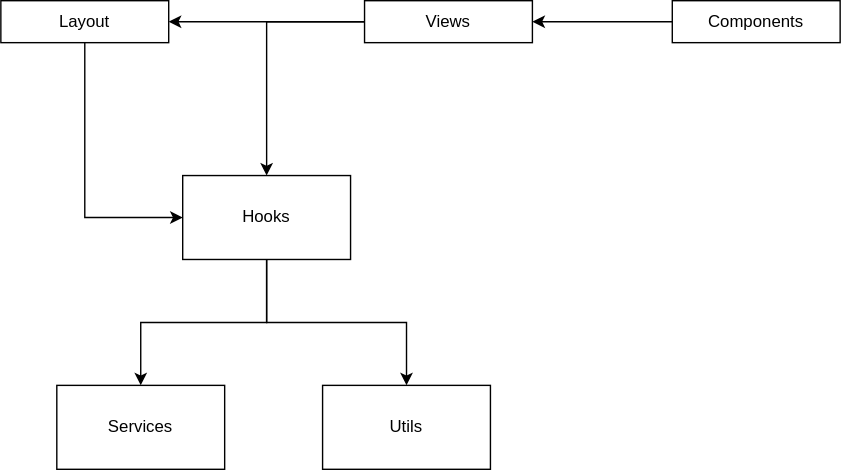
This is Structure.svg from LauriKajakko/reaktor-challenge-2021, a draw.io export, as it was before one commit. Source tidied: cells renumbered, new cells last; positions are measured from the earlier drawing's top-left corner, leaving out a move shared by most shapes.
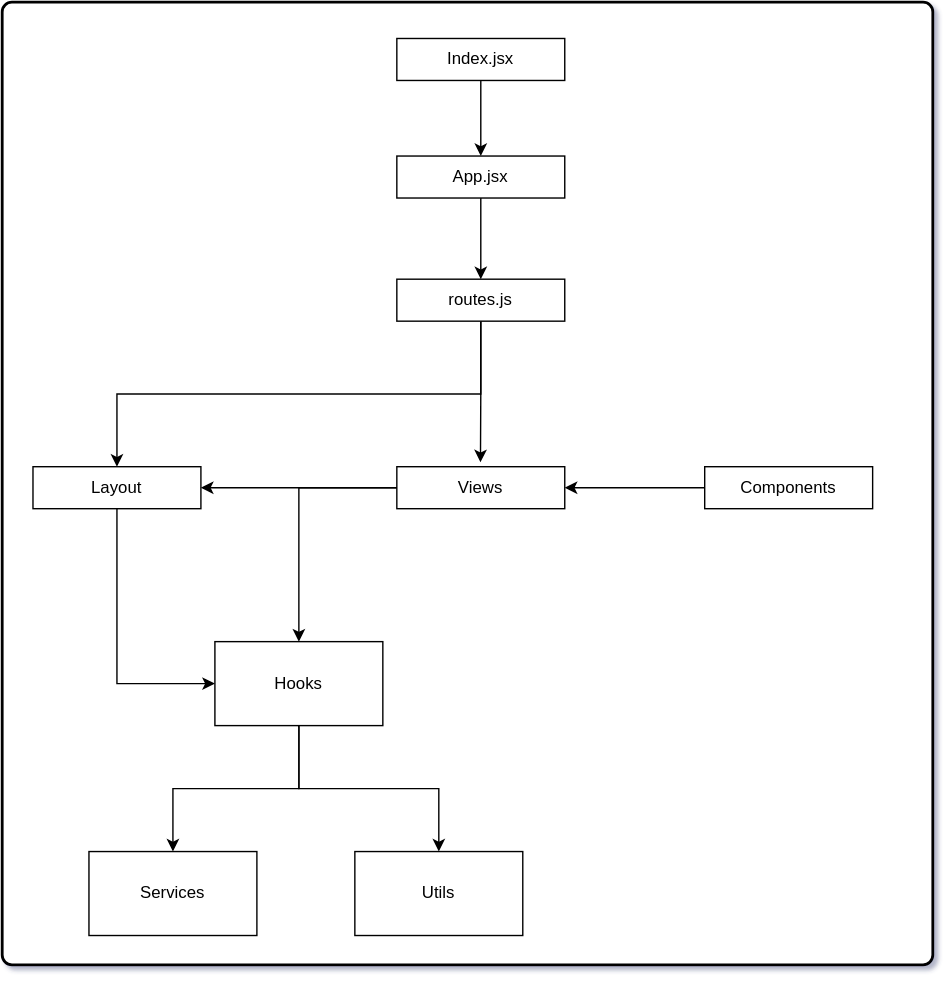
The same diagram one commit later.

What changed in the source:
```diff
@@ -1,7 +1,10 @@
-<mxGraphModel background="#FFFFFF">
+<mxGraphModel shadow="1">
   <root>
     <mxCell id="0" />
     <mxCell id="1" parent="0" />
+    <mxCell id="20" style="rounded=1;whiteSpace=wrap;html=1;absoluteArcSize=1;arcSize=14;strokeWidth=2;" parent="1" vertex="1">
+      <mxGeometry x="-22" y="-332" width="665" height="688" as="geometry" />
+    </mxCell>
     <mxCell id="2" style="edgeStyle=orthogonalEdgeStyle;rounded=0;jettySize=auto;html=1;exitX=0.5;exitY=1;exitDx=0;exitDy=0;entryX=0.5;entryY=0;entryDx=0;entryDy=0;" parent="1" edge="1" source="4" target="8">
       <mxGeometry relative="1" as="geometry" />
     </mxCell>
@@ -56,5 +59,37 @@
     <mxCell id="19" value="Layout" style="text;html=1;strokeColor=none;fillColor=none;align=center;verticalAlign=middle;whiteSpace=wrap;rounded=0;" parent="1" vertex="1">
       <mxGeometry x="40" y="5" width="40" height="20" as="geometry" />
     </mxCell>
+    <mxCell id="21" style="edgeStyle=orthogonalEdgeStyle;rounded=0;jettySize=auto;html=1;exitX=0.5;exitY=1;exitDx=0;exitDy=0;" parent="1" edge="1" source="23">
+      <mxGeometry relative="1" as="geometry">
+        <mxPoint x="319.8" y="-3.2" as="targetPoint" />
+      </mxGeometry>
+    </mxCell>
+    <mxCell id="22" style="edgeStyle=orthogonalEdgeStyle;rounded=0;jettySize=auto;html=1;exitX=0.5;exitY=1;exitDx=0;exitDy=0;entryX=0.5;entryY=0;entryDx=0;entryDy=0;" parent="1" edge="1" source="23" target="17">
+      <mxGeometry relative="1" as="geometry" />
+    </mxCell>
+    <mxCell id="23" style="rounded=0;whiteSpace=wrap;html=1;" parent="1" vertex="1">
+      <mxGeometry x="260" y="-134" width="120" height="30" as="geometry" />
+    </mxCell>
+    <mxCell id="24" value="&lt;div&gt;routes.js&lt;/div&gt;" style="text;html=1;strokeColor=none;fillColor=none;align=center;verticalAlign=middle;whiteSpace=wrap;rounded=0;" parent="1" vertex="1">
+      <mxGeometry x="300" y="-129" width="40" height="20" as="geometry" />
+    </mxCell>
+    <mxCell id="25" style="edgeStyle=orthogonalEdgeStyle;rounded=0;jettySize=auto;html=1;exitX=0.5;exitY=1;exitDx=0;exitDy=0;entryX=0.5;entryY=0;entryDx=0;entryDy=0;" parent="1" edge="1" source="26" target="23">
+      <mxGeometry relative="1" as="geometry" />
+    </mxCell>
+    <mxCell id="26" style="rounded=0;whiteSpace=wrap;html=1;" parent="1" vertex="1">
+      <mxGeometry x="260" y="-222" width="120" height="30" as="geometry" />
+    </mxCell>
+    <mxCell id="27" value="&lt;div&gt;App.jsx&lt;/div&gt;" style="text;html=1;strokeColor=none;fillColor=none;align=center;verticalAlign=middle;whiteSpace=wrap;rounded=0;" parent="1" vertex="1">
+      <mxGeometry x="293" y="-217" width="54" height="20" as="geometry" />
+    </mxCell>
+    <mxCell id="28" style="edgeStyle=orthogonalEdgeStyle;rounded=0;jettySize=auto;html=1;exitX=0.5;exitY=1;exitDx=0;exitDy=0;entryX=0.5;entryY=0;entryDx=0;entryDy=0;" parent="1" edge="1" source="29" target="26">
+      <mxGeometry relative="1" as="geometry" />
+    </mxCell>
+    <mxCell id="29" style="rounded=0;whiteSpace=wrap;html=1;" parent="1" vertex="1">
+      <mxGeometry x="260" y="-306" width="120" height="30" as="geometry" />
+    </mxCell>
+    <mxCell id="30" value="&lt;div&gt;Index.jsx&lt;/div&gt;" style="text;html=1;strokeColor=none;fillColor=none;align=center;verticalAlign=middle;whiteSpace=wrap;rounded=0;" parent="1" vertex="1">
+      <mxGeometry x="300" y="-301" width="40" height="20" as="geometry" />
+    </mxCell>
   </root>
 </mxGraphModel>
```
